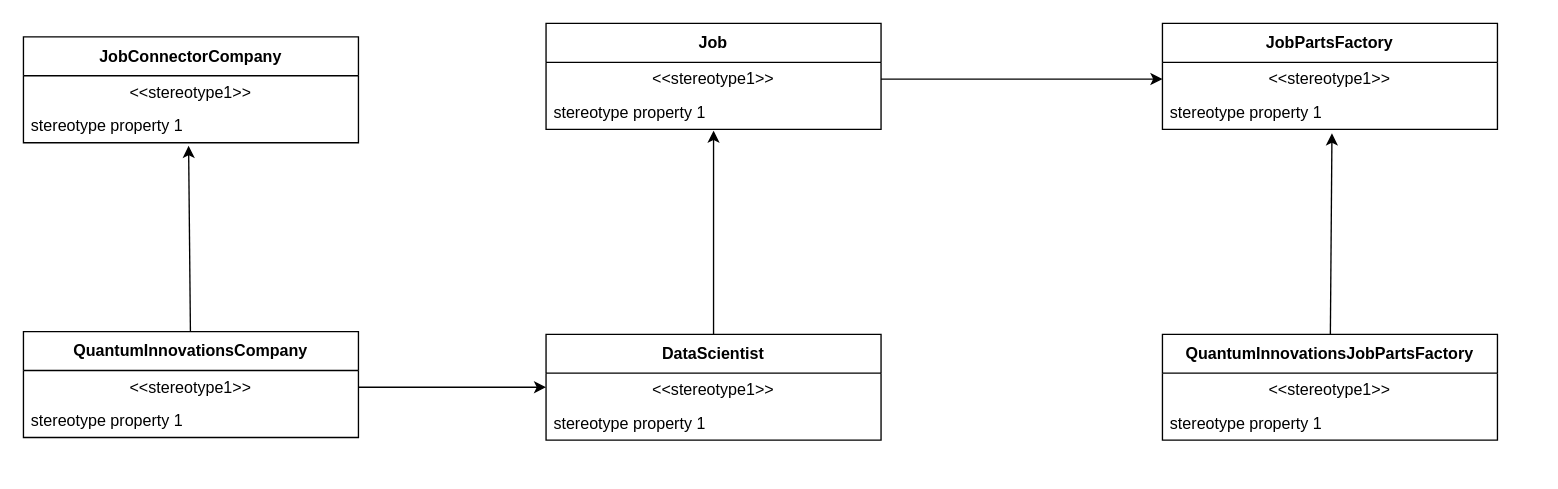
Above: Abstract Factory Pattern/src/exercise2/AbstractFactoryDiagram_Exercise2.drawio in eisBlume0901/Design-Patterns-Playground (draw.io), before the change. Source tidied: cells renumbered, new cells numbered last; positions are measured from the earlier drawing's top-left corner, leaving out a move shared by most shapes. Both pictures are drawn from the tidied source at 134%, with x=0, y=0 at pixel (23, 23).
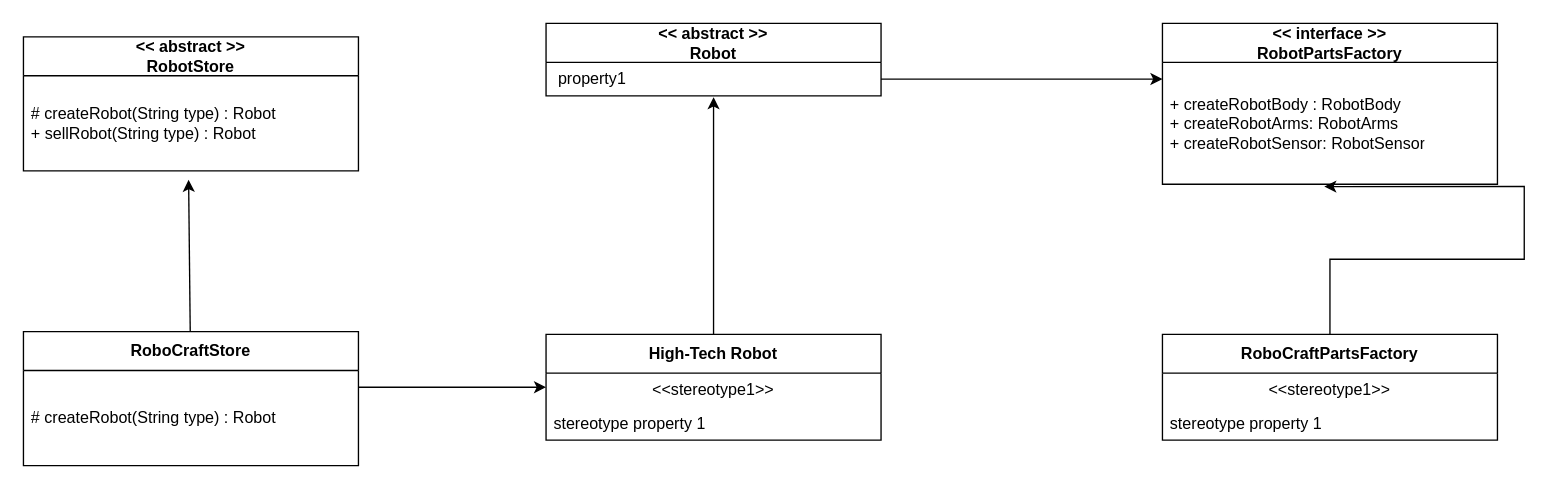
The same page after the edit.

The edit, as a diff of the source:
```diff
@@
-    <mxCell id="2" value="JobConnectorCompany" style="swimlane;fontStyle=1;align=center;verticalAlign=middle;horizontal=1;startSize=29;html=1;whiteSpace=wrap;" parent="1" vertex="1">
-      <mxGeometry y="10" width="250" height="79" as="geometry" />
+    <mxCell id="2" value="&amp;lt;&amp;lt; abstract &amp;gt;&amp;gt;&lt;br&gt;RobotStore" style="swimlane;fontStyle=1;align=center;verticalAlign=middle;horizontal=1;startSize=29;html=1;whiteSpace=wrap;" parent="1" vertex="1">
+      <mxGeometry y="10" width="250" height="100" as="geometry" />
     </mxCell>
-    <mxCell id="3" value="&amp;lt;&amp;lt;stereotype1&amp;gt;&amp;gt;" style="text;html=1;strokeColor=none;fillColor=none;align=center;verticalAlign=middle;spacingLeft=4;spacingRight=4;overflow=hidden;whiteSpace=wrap;" parent="2" vertex="1">
-      <mxGeometry y="29" width="250" height="25" as="geometry" />
-    </mxCell>
-    <mxCell id="4" value="stereotype property 1" style="text;html=1;strokeColor=none;fillColor=none;align=left;verticalAlign=middle;spacingLeft=4;spacingRight=4;overflow=hidden;points=[[0,0.5],[1,0.5]];portConstraint=eastwest;whiteSpace=wrap;" parent="2" vertex="1">
-      <mxGeometry y="54" width="250" height="25" as="geometry" />
+    <mxCell id="4" value="# createRobot(String type) : Robot&lt;br&gt;+ sellRobot(String type) : Robot" style="text;html=1;strokeColor=none;fillColor=none;align=left;verticalAlign=middle;spacingLeft=4;spacingRight=4;overflow=hidden;points=[[0,0.5],[1,0.5]];portConstraint=eastwest;whiteSpace=wrap;" parent="2" vertex="1">
+      <mxGeometry y="29" width="250" height="71" as="geometry" />
     </mxCell>
-    <mxCell id="5" value="QuantumInnovationsCompany" style="swimlane;fontStyle=1;align=center;verticalAlign=middle;horizontal=1;startSize=29;html=1;whiteSpace=wrap;" parent="1" vertex="1">
-      <mxGeometry y="230" width="250" height="79" as="geometry" />
+    <mxCell id="5" value="RoboCraftStore" style="swimlane;fontStyle=1;align=center;verticalAlign=middle;horizontal=1;startSize=29;html=1;whiteSpace=wrap;" parent="1" vertex="1">
+      <mxGeometry y="230" width="250" height="100" as="geometry" />
     </mxCell>
-    <mxCell id="6" value="&amp;lt;&amp;lt;stereotype1&amp;gt;&amp;gt;" style="text;html=1;strokeColor=none;fillColor=none;align=center;verticalAlign=middle;spacingLeft=4;spacingRight=4;overflow=hidden;points=[[0,0.5],[1,0.5]];portConstraint=eastwest;whiteSpace=wrap;" parent="5" vertex="1">
-      <mxGeometry y="29" width="250" height="25" as="geometry" />
-    </mxCell>
-    <mxCell id="7" value="stereotype property 1" style="text;html=1;strokeColor=none;fillColor=none;align=left;verticalAlign=middle;spacingLeft=4;spacingRight=4;overflow=hidden;whiteSpace=wrap;" parent="5" vertex="1">
-      <mxGeometry y="54" width="250" height="25" as="geometry" />
+    <mxCell id="7" value="# createRobot(String type) : Robot&amp;nbsp;" style="text;html=1;strokeColor=none;fillColor=none;align=left;verticalAlign=middle;spacingLeft=4;spacingRight=4;overflow=hidden;whiteSpace=wrap;" parent="5" vertex="1">
+      <mxGeometry y="29" width="250" height="71" as="geometry" />
     </mxCell>
-    <mxCell id="8" value="Job" style="swimlane;fontStyle=1;align=center;verticalAlign=middle;horizontal=1;startSize=29;html=1;whiteSpace=wrap;" parent="1" vertex="1">
-      <mxGeometry x="390" width="250" height="79" as="geometry" />
+    <mxCell id="8" value="&amp;lt;&amp;lt; abstract &amp;gt;&amp;gt;&lt;br&gt;Robot" style="swimlane;fontStyle=1;align=center;verticalAlign=middle;horizontal=1;startSize=29;html=1;whiteSpace=wrap;" parent="1" vertex="1">
+      <mxGeometry x="390" width="250" height="54" as="geometry" />
     </mxCell>
-    <mxCell id="9" value="&amp;lt;&amp;lt;stereotype1&amp;gt;&amp;gt;" style="text;html=1;strokeColor=none;fillColor=none;align=center;verticalAlign=middle;spacingLeft=4;spacingRight=4;overflow=hidden;points=[[0,0.5],[1,0.5]];portConstraint=eastwest;whiteSpace=wrap;" parent="8" vertex="1">
-      <mxGeometry y="29" width="250" height="25" as="geometry" />
-    </mxCell>
-    <mxCell id="10" value="stereotype property 1" style="text;html=1;strokeColor=none;fillColor=none;align=left;verticalAlign=middle;spacingLeft=4;spacingRight=4;overflow=hidden;points=[[0,0.5],[1,0.5]];portConstraint=eastwest;whiteSpace=wrap;" parent="8" vertex="1">
-      <mxGeometry y="54" width="250" height="25" as="geometry" />
+    <mxCell id="10" value="&amp;nbsp;property1" style="text;html=1;strokeColor=none;fillColor=none;align=left;verticalAlign=middle;spacingLeft=4;spacingRight=4;overflow=hidden;points=[[0,0.5],[1,0.5]];portConstraint=eastwest;whiteSpace=wrap;" parent="8" vertex="1">
+      <mxGeometry y="29" width="250" height="25" as="geometry" />
     </mxCell>
-    <mxCell id="11" value="DataScientist" style="swimlane;fontStyle=1;align=center;verticalAlign=middle;horizontal=1;startSize=29;html=1;whiteSpace=wrap;" parent="1" vertex="1">
+    <mxCell id="11" value="High-Tech Robot" style="swimlane;fontStyle=1;align=center;verticalAlign=middle;horizontal=1;startSize=29;html=1;whiteSpace=wrap;" parent="1" vertex="1">
       <mxGeometry x="390" y="232" width="250" height="79" as="geometry" />
     </mxCell>
@@
-    <mxCell id="14" style="rounded=0;jettySize=auto;html=1;exitX=1;exitY=0.5;exitDx=0;exitDy=0;entryX=0;entryY=0.5;entryDx=0;entryDy=0;" parent="1" edge="1" source="6" target="11">
-      <mxGeometry relative="1" as="geometry" />
+    <mxCell id="14" style="rounded=0;jettySize=auto;html=1;exitX=1;exitY=0.5;exitDx=0;exitDy=0;entryX=0;entryY=0.5;entryDx=0;entryDy=0;" parent="1" edge="1" target="11">
+      <mxGeometry relative="1" as="geometry">
+        <mxPoint x="250" y="271.5" as="sourcePoint" />
+      </mxGeometry>
     </mxCell>
@@
-    <mxCell id="17" value="JobPartsFactory" style="swimlane;fontStyle=1;align=center;verticalAlign=middle;horizontal=1;startSize=29;html=1;whiteSpace=wrap;" parent="1" vertex="1">
-      <mxGeometry x="850" width="250" height="79" as="geometry" />
+    <mxCell id="17" value="&amp;lt;&amp;lt; interface &amp;gt;&amp;gt;&lt;br&gt;RobotPartsFactory" style="swimlane;fontStyle=1;align=center;verticalAlign=middle;horizontal=1;startSize=29;html=1;whiteSpace=wrap;" parent="1" vertex="1">
+      <mxGeometry x="850" width="250" height="120" as="geometry" />
     </mxCell>
-    <mxCell id="18" value="&amp;lt;&amp;lt;stereotype1&amp;gt;&amp;gt;" style="text;html=1;strokeColor=none;fillColor=none;align=center;verticalAlign=middle;spacingLeft=4;spacingRight=4;overflow=hidden;points=[[0,0.5],[1,0.5]];portConstraint=eastwest;whiteSpace=wrap;" parent="17" vertex="1">
-      <mxGeometry y="29" width="250" height="25" as="geometry" />
-    </mxCell>
-    <mxCell id="19" value="stereotype property 1" style="text;html=1;strokeColor=none;fillColor=none;align=left;verticalAlign=middle;spacingLeft=4;spacingRight=4;overflow=hidden;points=[[0,0.5],[1,0.5]];portConstraint=eastwest;whiteSpace=wrap;" parent="17" vertex="1">
-      <mxGeometry y="54" width="250" height="25" as="geometry" />
+    <mxCell id="19" value="+ createRobotBody : RobotBody&lt;br&gt;+ createRobotArms: RobotArms&lt;br&gt;+ createRobotSensor: RobotSensor" style="text;html=1;strokeColor=none;fillColor=none;align=left;verticalAlign=middle;spacingLeft=4;spacingRight=4;overflow=hidden;points=[[0,0.5],[1,0.5]];portConstraint=eastwest;whiteSpace=wrap;" parent="17" vertex="1">
+      <mxGeometry y="29" width="250" height="91" as="geometry" />
     </mxCell>
-    <mxCell id="20" value="QuantumInnovationsJobPartsFactory" style="swimlane;fontStyle=1;align=center;verticalAlign=middle;horizontal=1;startSize=29;html=1;whiteSpace=wrap;" parent="1" vertex="1">
+    <mxCell id="20" value="RoboCraftPartsFactory" style="swimlane;fontStyle=1;align=center;verticalAlign=middle;horizontal=1;startSize=29;html=1;whiteSpace=wrap;" parent="1" vertex="1">
       <mxGeometry x="850" y="232" width="250" height="79" as="geometry" />
     </mxCell>
@@
-    <mxCell id="23" style="edgeStyle=orthogonalEdgeStyle;rounded=0;jettySize=auto;html=1;entryX=0;entryY=0.5;entryDx=0;entryDy=0;" parent="1" edge="1" source="9" target="18">
-      <mxGeometry relative="1" as="geometry" />
+    <mxCell id="23" style="edgeStyle=orthogonalEdgeStyle;rounded=0;orthogonalLoop=1;jettySize=auto;html=1;entryX=0;entryY=0.5;entryDx=0;entryDy=0;" parent="1" edge="1">
+      <mxGeometry relative="1" as="geometry">
+        <mxPoint x="640" y="41.5" as="sourcePoint" />
+        <mxPoint x="850" y="41.5" as="targetPoint" />
+      </mxGeometry>
     </mxCell>
-    <mxCell id="24" style="rounded=0;jettySize=auto;html=1;entryX=0.506;entryY=1.12;entryDx=0;entryDy=0;entryPerimeter=0;" parent="1" edge="1" source="20" target="19">
+    <mxCell id="24" style="edgeStyle=orthogonalEdgeStyle;rounded=0;jettySize=auto;html=1;entryX=0.483;entryY=1.019;entryDx=0;entryDy=0;entryPerimeter=0;" parent="1" edge="1" source="20" target="19">
       <mxGeometry relative="1" as="geometry" />
     </mxCell>
```
